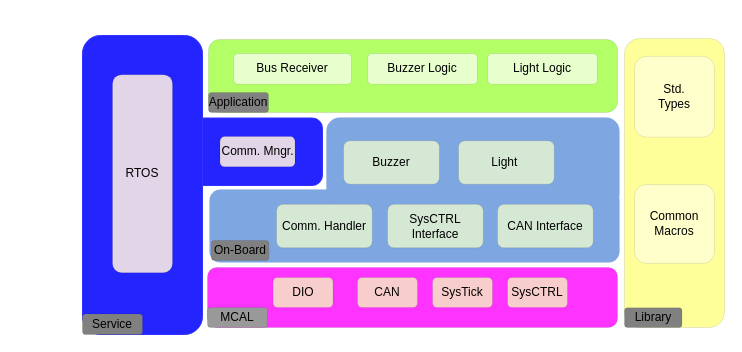
This is page "ECU 2 Layered Arch" (3 of 5) of 1-Automotive_Door_Monitor_Static_Design.drawio from Mohamed-abdullah-hassan/EG-FWD_Automotive_door_control, a draw.io file, before an edit. Source tidied: cells renumbered, new cells numbered last; positions are measured from the earlier drawing's top-left corner, leaving out a move shared by most shapes. Both pictures are drawn from the tidied source at 100%, with x=0, y=0 at pixel (82, 35).
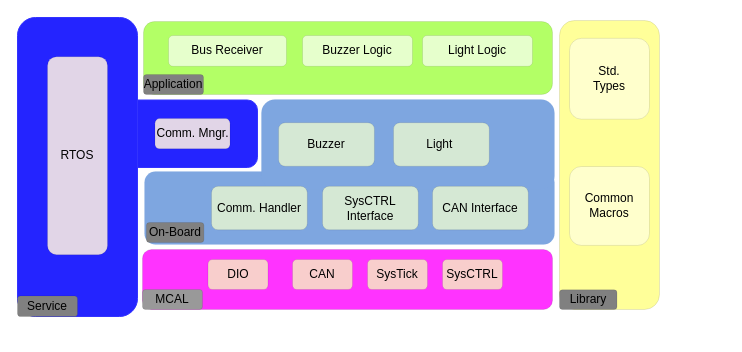
After the change.

The edit, as a diff of the source:
```diff
@@
+    <mxCell id="32" style="group;" parent="1" vertex="1">
+      <mxGeometry x="-65" y="-18" width="642" height="299" as="geometry" />
+    </mxCell>
-    <mxCell id="2" style="rounded=1;whiteSpace=wrap;html=1;shadow=0;strokeColor=#000000;strokeWidth=0;fillColor=#FF33FF;" parent="1" vertex="1">
+    <mxCell id="2" style="rounded=1;whiteSpace=wrap;html=1;shadow=0;strokeColor=#000000;strokeWidth=0;fillColor=#FF33FF;" parent="32" vertex="1">
       <mxGeometry x="125" y="232" width="410" height="60" as="geometry" />
     </mxCell>
-    <mxCell id="3" style="group;" parent="1" vertex="1">
+    <mxCell id="3" style="group;" parent="32" vertex="1">
       <mxGeometry width="256" height="299" as="geometry" />
     </mxCell>
@@
-    <mxCell id="9" style="rounded=1;whiteSpace=wrap;html=1;shadow=0;strokeColor=#000000;strokeWidth=0;fillColor=#B3FF66;" parent="1" vertex="1">
+    <mxCell id="9" style="rounded=1;whiteSpace=wrap;html=1;shadow=0;strokeColor=#000000;strokeWidth=0;fillColor=#B3FF66;" parent="32" vertex="1">
       <mxGeometry x="126" y="4" width="409" height="73" as="geometry" />
     </mxCell>
@@
-    <mxCell id="13" value="MCAL" style="rounded=1;whiteSpace=wrap;html=1;shadow=0;strokeWidth=0;fillColor=#999999;" parent="1" vertex="1">
+    <mxCell id="13" value="MCAL" style="rounded=1;whiteSpace=wrap;html=1;shadow=0;strokeWidth=0;fillColor=#999999;" parent="32" vertex="1">
       <mxGeometry x="125" y="272" width="60" height="20" as="geometry" />
     </mxCell>
-    <mxCell id="14" style="group;" parent="1" vertex="1">
+    <mxCell id="14" style="group;" parent="32" vertex="1">
       <mxGeometry x="127" y="82" width="500" height="145" as="geometry" />
     </mxCell>
@@
-    <mxCell id="23" value="Application" style="rounded=1;whiteSpace=wrap;html=1;shadow=0;strokeWidth=0;fillColor=#808080;" parent="1" vertex="1">
+    <mxCell id="23" value="Application" style="rounded=1;whiteSpace=wrap;html=1;shadow=0;strokeWidth=0;fillColor=#808080;" parent="32" vertex="1">
       <mxGeometry x="126" y="57" width="60" height="20" as="geometry" />
     </mxCell>
-    <mxCell id="24" value="DIO" style="rounded=1;whiteSpace=wrap;html=1;shadow=0;strokeWidth=0;fillColor=#F8CECC;" parent="1" vertex="1">
+    <mxCell id="24" value="DIO" style="rounded=1;whiteSpace=wrap;html=1;shadow=0;strokeWidth=0;fillColor=#F8CECC;" parent="32" vertex="1">
       <mxGeometry x="190.5" y="242" width="60" height="30" as="geometry" />
     </mxCell>
-    <mxCell id="25" value="CAN" style="rounded=1;whiteSpace=wrap;html=1;shadow=0;strokeWidth=0;fillColor=#F8CECC;" parent="1" vertex="1">
+    <mxCell id="25" value="CAN" style="rounded=1;whiteSpace=wrap;html=1;shadow=0;strokeWidth=0;fillColor=#F8CECC;" parent="32" vertex="1">
       <mxGeometry x="275" y="242" width="60" height="30" as="geometry" />
     </mxCell>
-    <mxCell id="26" value="SysTick" style="rounded=1;whiteSpace=wrap;html=1;shadow=0;strokeWidth=0;fillColor=#F8CECC;" parent="1" vertex="1">
+    <mxCell id="26" value="SysTick" style="rounded=1;whiteSpace=wrap;html=1;shadow=0;strokeWidth=0;fillColor=#F8CECC;" parent="32" vertex="1">
       <mxGeometry x="350" y="242" width="60" height="30" as="geometry" />
     </mxCell>
-    <mxCell id="27" value="SysCTRL" style="rounded=1;whiteSpace=wrap;html=1;shadow=0;strokeWidth=0;fillColor=#F8CECC;" parent="1" vertex="1">
+    <mxCell id="27" value="SysCTRL" style="rounded=1;whiteSpace=wrap;html=1;shadow=0;strokeWidth=0;fillColor=#F8CECC;" parent="32" vertex="1">
       <mxGeometry x="425" y="242" width="60" height="30" as="geometry" />
     </mxCell>
-    <mxCell id="28" style="rounded=1;whiteSpace=wrap;html=1;shadow=0;strokeColor=#000000;strokeWidth=0;fillColor=#FFFF99;" parent="1" vertex="1">
+    <mxCell id="28" style="rounded=1;whiteSpace=wrap;html=1;shadow=0;strokeColor=#000000;strokeWidth=0;fillColor=#FFFF99;" parent="32" vertex="1">
       <mxGeometry x="542" y="3" width="100" height="289" as="geometry" />
     </mxCell>
```
